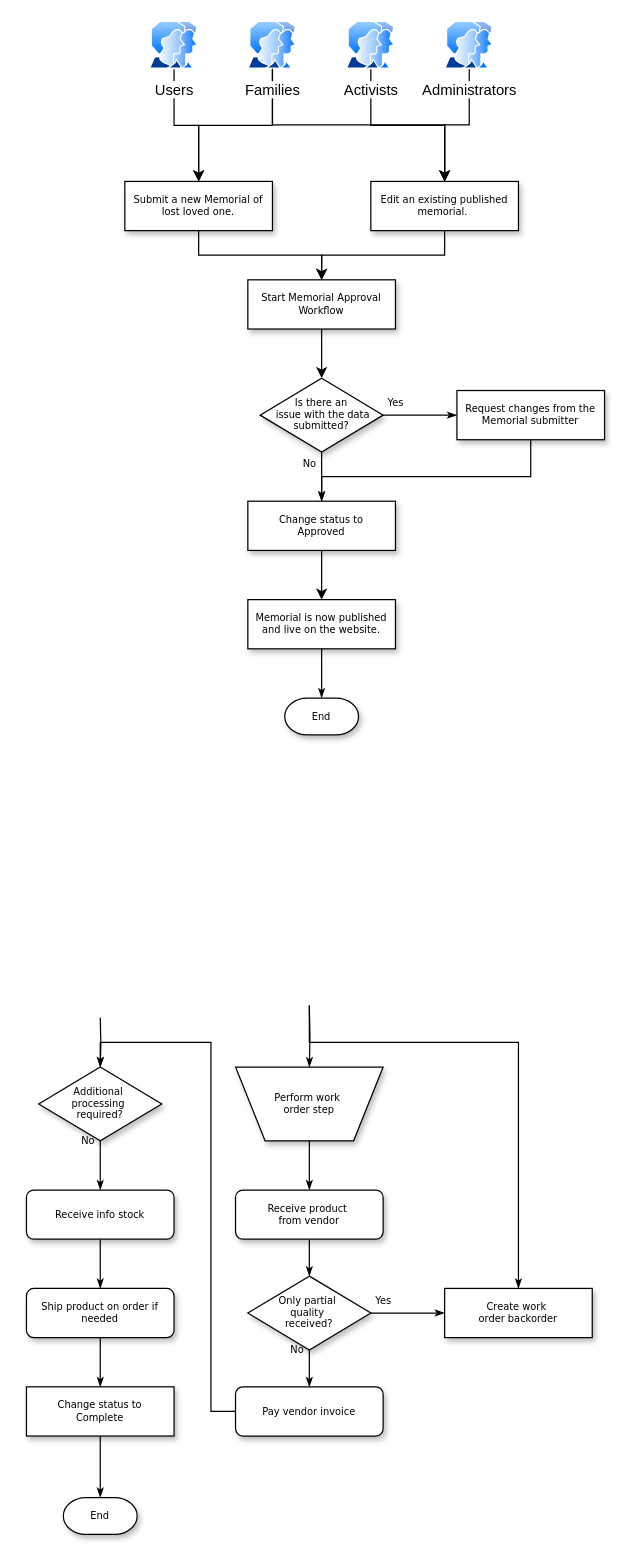
Earlier version of the draw.io diagram MemorialMatrix/Memorial Approval Workflow.drawio (SachinPawaskarUNO/drawings). Source tidied: cells renumbered, new cells numbered last; positions are measured from the earlier drawing's top-left corner, leaving out a move shared by most shapes. Both pictures are drawn from the tidied source at 123%, with x=0, y=0 at pixel (26, 21).
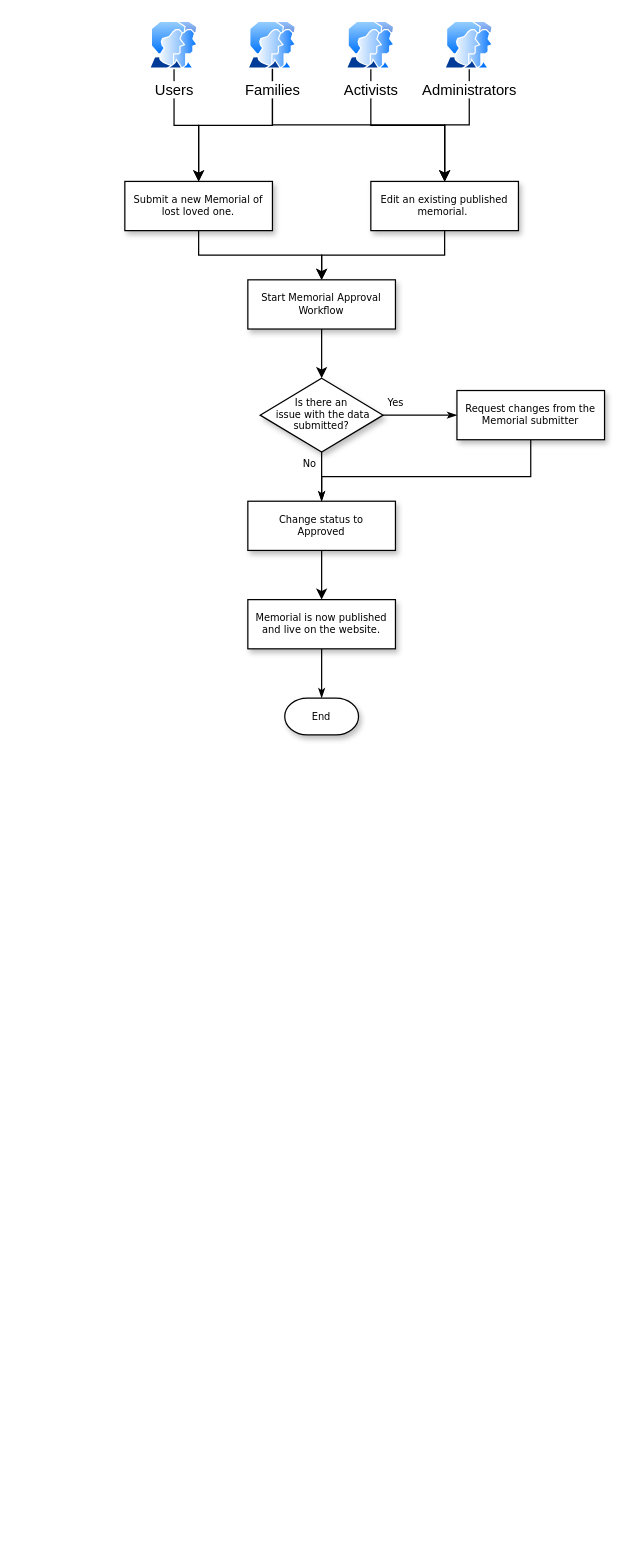
Above is the later version.

The edit, as a diff of the source:
```diff
@@
-    <mxCell id="2" style="edgeStyle=orthogonalEdgeStyle;rounded=0;html=1;labelBackgroundColor=none;startSize=5;endArrow=classicThin;endFill=1;endSize=5;jettySize=auto;strokeWidth=1;fontFamily=Verdana;fontSize=8;" parent="1" edge="1" target="6">
-      <mxGeometry relative="1" as="geometry">
-        <mxPoint x="60" y="810" as="sourcePoint" />
-      </mxGeometry>
-    </mxCell>
-    <mxCell id="3" style="edgeStyle=orthogonalEdgeStyle;rounded=0;html=1;labelBackgroundColor=none;startSize=5;endArrow=classicThin;endFill=1;endSize=5;jettySize=auto;strokeWidth=1;fontFamily=Verdana;fontSize=8;" parent="1" edge="1" target="8">
-      <mxGeometry relative="1" as="geometry">
-        <mxPoint x="230" y="800" as="sourcePoint" />
-      </mxGeometry>
-    </mxCell>
-    <mxCell id="4" style="edgeStyle=orthogonalEdgeStyle;rounded=0;html=1;labelBackgroundColor=none;startSize=5;endArrow=classicThin;endFill=1;endSize=5;jettySize=auto;strokeWidth=1;fontFamily=Verdana;fontSize=8;" parent="1" edge="1" target="18">
-      <mxGeometry relative="1" as="geometry">
-        <mxPoint x="230" y="800" as="sourcePoint" />
-        <Array as="points">
-          <mxPoint x="230" y="830" />
-          <mxPoint x="400" y="830" />
-        </Array>
-      </mxGeometry>
-    </mxCell>
-    <mxCell id="5" value="No" style="edgeStyle=orthogonalEdgeStyle;rounded=0;html=1;labelBackgroundColor=none;startSize=5;endArrow=classicThin;endFill=1;endSize=5;jettySize=auto;strokeWidth=1;fontFamily=Verdana;fontSize=8;" parent="1" edge="1" source="6" target="10">
-      <mxGeometry x="-1" y="-10" relative="1" as="geometry" />
-    </mxCell>
-    <mxCell id="6" value="Additional&amp;nbsp;&lt;div&gt;processing&amp;nbsp;&lt;/div&gt;&lt;div&gt;required?&lt;/div&gt;" style="rhombus;whiteSpace=wrap;html=1;rounded=0;shadow=1;labelBackgroundColor=none;strokeWidth=1;fontFamily=Verdana;fontSize=8;align=center;" parent="1" vertex="1">
-      <mxGeometry x="10" y="850" width="100" height="60" as="geometry" />
-    </mxCell>
-    <mxCell id="7" style="edgeStyle=orthogonalEdgeStyle;rounded=0;html=1;labelBackgroundColor=none;startSize=5;endArrow=classicThin;endFill=1;endSize=5;jettySize=auto;strokeWidth=1;fontFamily=Verdana;fontSize=8;" parent="1" edge="1" source="8" target="12">
-      <mxGeometry relative="1" as="geometry" />
-    </mxCell>
-    <mxCell id="8" value="Perform work&amp;nbsp;&lt;div&gt;order step&lt;/div&gt;" style="shape=trapezoid;whiteSpace=wrap;html=1;rounded=0;shadow=1;labelBackgroundColor=none;strokeWidth=1;fontFamily=Verdana;fontSize=8;align=center;flipV=1;" parent="1" vertex="1">
-      <mxGeometry x="170" y="850" width="120" height="60" as="geometry" />
-    </mxCell>
-    <mxCell id="9" style="edgeStyle=orthogonalEdgeStyle;rounded=0;html=1;labelBackgroundColor=none;startSize=5;endArrow=classicThin;endFill=1;endSize=5;jettySize=auto;strokeWidth=1;fontFamily=Verdana;fontSize=8;" parent="1" edge="1" source="10" target="14">
-      <mxGeometry relative="1" as="geometry" />
-    </mxCell>
-    <mxCell id="10" value="Receive info stock" style="rounded=1;whiteSpace=wrap;html=1;shadow=1;labelBackgroundColor=none;strokeWidth=1;fontFamily=Verdana;fontSize=8;align=center;" parent="1" vertex="1">
-      <mxGeometry y="950" width="120" height="40" as="geometry" />
-    </mxCell>
-    <mxCell id="11" style="edgeStyle=orthogonalEdgeStyle;rounded=0;html=1;labelBackgroundColor=none;startSize=5;endArrow=classicThin;endFill=1;endSize=5;jettySize=auto;strokeWidth=1;fontFamily=Verdana;fontSize=8;" parent="1" edge="1" source="12" target="17">
-      <mxGeometry relative="1" as="geometry" />
-    </mxCell>
-    <mxCell id="12" value="Receive product&amp;nbsp;&lt;div&gt;from vendor&lt;/div&gt;" style="rounded=1;whiteSpace=wrap;html=1;shadow=1;labelBackgroundColor=none;strokeWidth=1;fontFamily=Verdana;fontSize=8;align=center;" parent="1" vertex="1">
-      <mxGeometry x="170" y="950" width="120" height="40" as="geometry" />
-    </mxCell>
-    <mxCell id="13" style="edgeStyle=orthogonalEdgeStyle;rounded=0;html=1;labelBackgroundColor=none;startSize=5;endArrow=classicThin;endFill=1;endSize=5;jettySize=auto;strokeWidth=1;fontFamily=Verdana;fontSize=8;" parent="1" edge="1" source="14" target="20">
-      <mxGeometry relative="1" as="geometry" />
-    </mxCell>
-    <mxCell id="14" value="Ship product on order if needed" style="rounded=1;whiteSpace=wrap;html=1;shadow=1;labelBackgroundColor=none;strokeWidth=1;fontFamily=Verdana;fontSize=8;align=center;" parent="1" vertex="1">
-      <mxGeometry y="1030" width="120" height="40" as="geometry" />
-    </mxCell>
-    <mxCell id="15" value="No" style="edgeStyle=orthogonalEdgeStyle;rounded=0;html=1;labelBackgroundColor=none;startSize=5;endArrow=classicThin;endFill=1;endSize=5;jettySize=auto;strokeWidth=1;fontFamily=Verdana;fontSize=8;" parent="1" edge="1" source="17" target="22">
-      <mxGeometry x="0.2" y="14" relative="1" as="geometry">
-        <mxPoint x="-24" y="-10" as="offset" />
-      </mxGeometry>
-    </mxCell>
-    <mxCell id="16" value="Yes" style="edgeStyle=orthogonalEdgeStyle;rounded=0;html=1;labelBackgroundColor=none;startSize=5;endArrow=classicThin;endFill=1;endSize=5;jettySize=auto;strokeWidth=1;fontFamily=Verdana;fontSize=8;" parent="1" edge="1" source="17" target="18">
-      <mxGeometry x="-0.67" y="10" relative="1" as="geometry" />
-    </mxCell>
-    <mxCell id="17" value="Only partial&amp;nbsp;&lt;div&gt;quality&amp;nbsp;&lt;/div&gt;&lt;div&gt;received?&lt;/div&gt;" style="rhombus;whiteSpace=wrap;html=1;rounded=0;shadow=1;labelBackgroundColor=none;strokeWidth=1;fontFamily=Verdana;fontSize=8;align=center;" parent="1" vertex="1">
-      <mxGeometry x="180" y="1020" width="100" height="60" as="geometry" />
-    </mxCell>
-    <mxCell id="18" value="Create work&amp;nbsp;&lt;div&gt;order backorder&lt;/div&gt;" style="whiteSpace=wrap;html=1;rounded=0;shadow=1;labelBackgroundColor=none;strokeWidth=1;fontFamily=Verdana;fontSize=8;align=center;" parent="1" vertex="1">
-      <mxGeometry x="340" y="1030" width="120" height="40" as="geometry" />
-    </mxCell>
-    <mxCell id="19" style="edgeStyle=orthogonalEdgeStyle;rounded=0;html=1;labelBackgroundColor=none;startSize=5;endArrow=classicThin;endFill=1;endSize=5;jettySize=auto;strokeWidth=1;fontFamily=Verdana;fontSize=8;" parent="1" edge="1" source="20" target="23">
-      <mxGeometry relative="1" as="geometry" />
-    </mxCell>
-    <mxCell id="20" value="Change status to&lt;div&gt;Complete&lt;/div&gt;" style="whiteSpace=wrap;html=1;rounded=0;shadow=1;labelBackgroundColor=none;strokeWidth=1;fontFamily=Verdana;fontSize=8;align=center;" parent="1" vertex="1">
-      <mxGeometry y="1110" width="120" height="40" as="geometry" />
-    </mxCell>
-    <mxCell id="21" style="edgeStyle=orthogonalEdgeStyle;rounded=0;html=1;labelBackgroundColor=none;startSize=5;endArrow=classicThin;endFill=1;endSize=5;jettySize=auto;strokeWidth=1;fontFamily=Verdana;fontSize=8;" parent="1" edge="1" source="22" target="6">
-      <mxGeometry relative="1" as="geometry">
-        <Array as="points">
-          <mxPoint x="150" y="1130" />
-          <mxPoint x="150" y="830" />
-          <mxPoint x="60" y="830" />
-        </Array>
-      </mxGeometry>
-    </mxCell>
-    <mxCell id="22" value="Pay vendor invoice" style="rounded=1;whiteSpace=wrap;html=1;shadow=1;labelBackgroundColor=none;strokeWidth=1;fontFamily=Verdana;fontSize=8;align=center;" parent="1" vertex="1">
-      <mxGeometry x="170" y="1110" width="120" height="40" as="geometry" />
-    </mxCell>
-    <mxCell id="23" value="End" style="strokeWidth=1;html=1;shape=mxgraph.flowchart.terminator;whiteSpace=wrap;rounded=0;shadow=1;labelBackgroundColor=none;fontFamily=Verdana;fontSize=8;align=center;" parent="1" vertex="1">
-      <mxGeometry x="30" y="1200" width="60" height="30" as="geometry" />
-    </mxCell>
```
